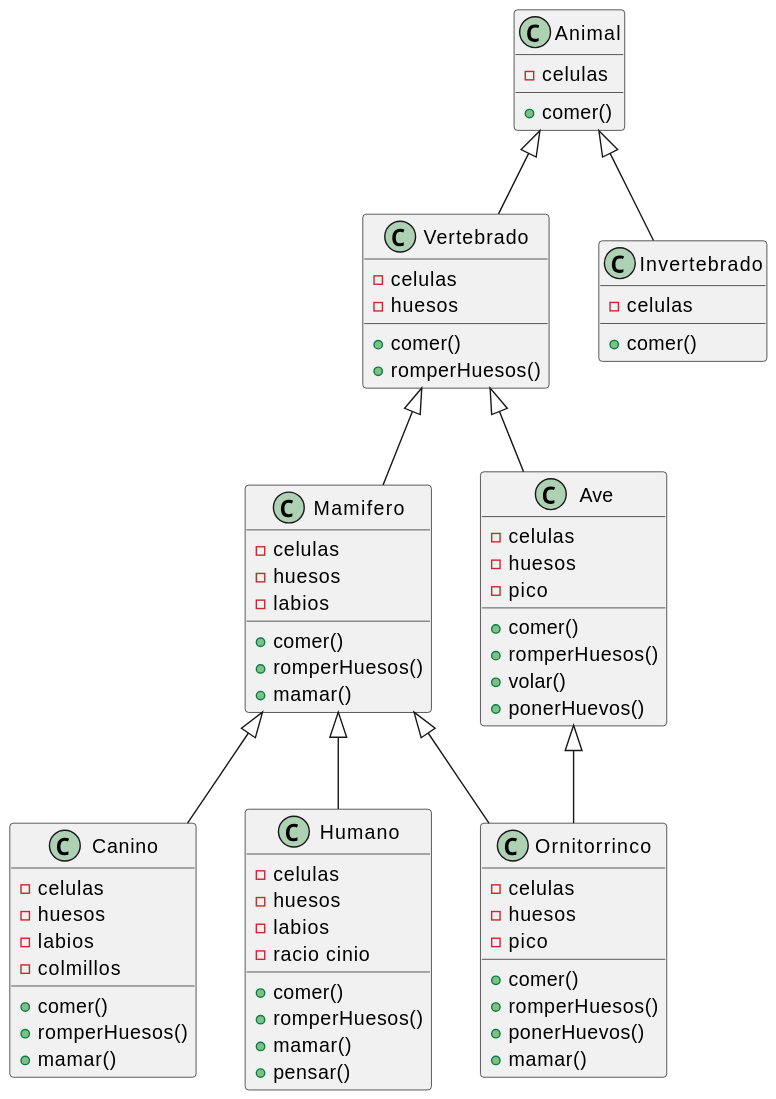
The PlantUML diagram images/modelosUML/plantUML/jerarquiaAnimales.svg in mmasias/23-24-prg2, before a commit.
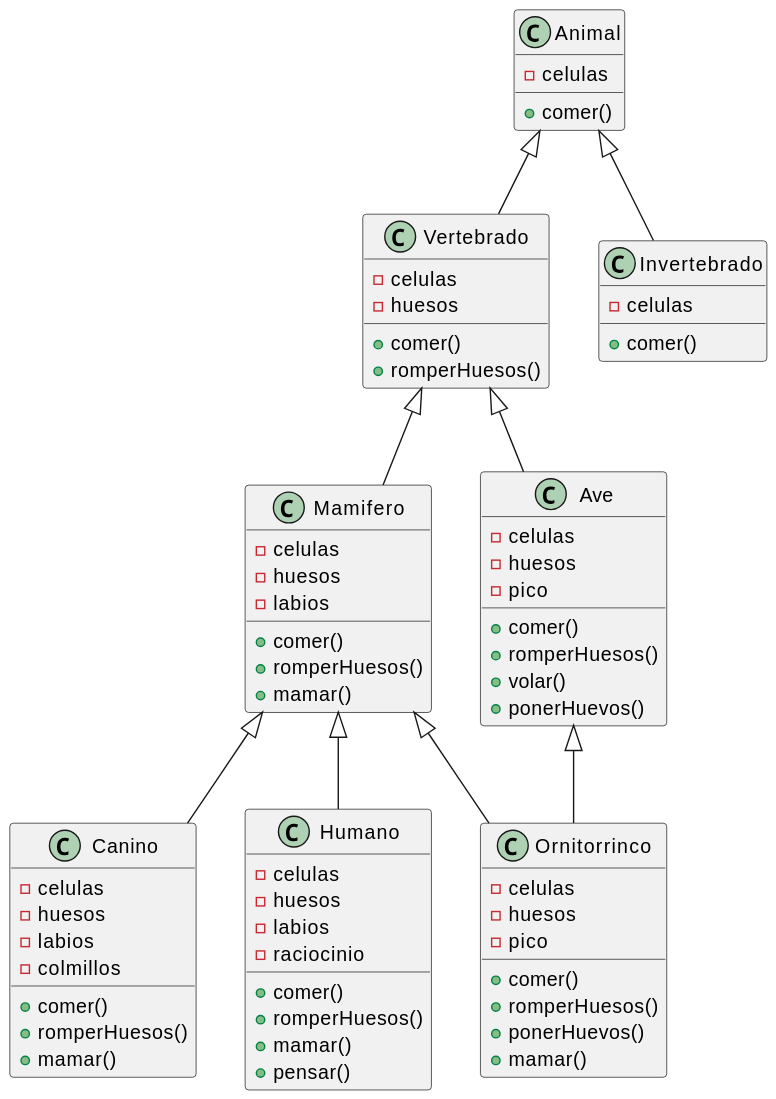
The same diagram one commit later.

Diff of the diagram source:
```diff
@@ -46,7 +46,7 @@
 - celulas
 - huesos
 - labios
-- racio cinio
+- raciocinio
 + comer()
 + romperHuesos()
 + mamar()
```
